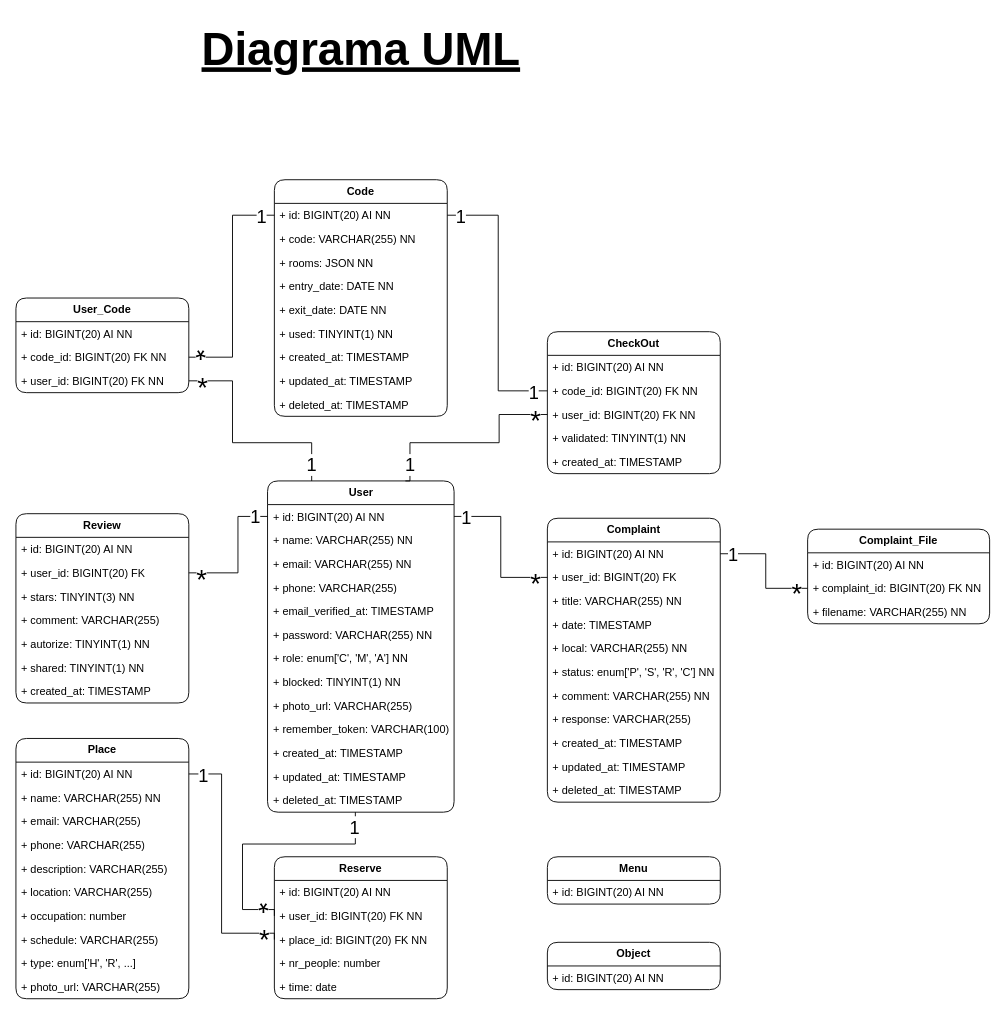
This is page "Diagrama UML" (1 of 2) of HappyGuest.drawio from Happy-Guest/HG-Notes, a draw.io file, before an edit. Source tidied: cells renumbered, new cells numbered last; positions are measured from the earlier drawing's top-left corner, leaving out a move shared by most shapes. Both pictures are drawn from the tidied source at 91%, with x=0, y=0 at pixel (15, 15).
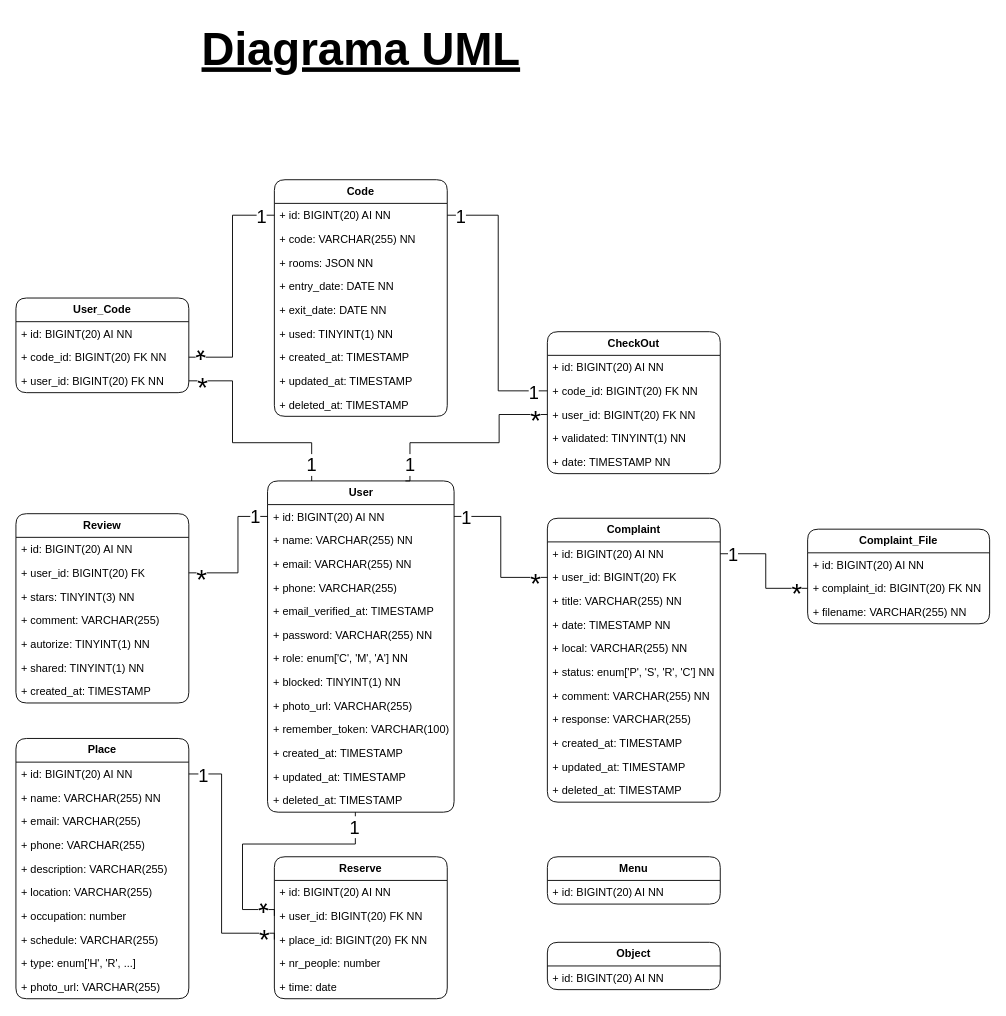
The same page after the edit.

The change refers to these unchanged cells:
```xml
<mxCell id="27" value="&lt;b&gt;Complaint&lt;/b&gt;" style="swimlane;fontStyle=0;horizontal=1;startSize=26;fillColor=none;whiteSpace=wrap;html=1;perimeterSpacing=0;rounded=1;" parent="1" vertex="1">
  <mxGeometry x="584" y="552" width="190" height="312" as="geometry" />
</mxCell>
<mxCell id="86" value="&lt;b&gt;CheckOut&lt;br&gt;&lt;/b&gt;" style="swimlane;fontStyle=0;horizontal=1;startSize=26;fillColor=none;whiteSpace=wrap;html=1;perimeterSpacing=0;rounded=1;" parent="1" vertex="1">
  <mxGeometry x="584" y="347" width="190" height="156" as="geometry" />
</mxCell>
```

What changed in the source:
```diff
@@
-    <mxCell id="31" value="+ date: TIMESTAMP" style="text;strokeColor=none;fillColor=none;align=left;verticalAlign=top;spacingLeft=4;spacingRight=4;overflow=hidden;whiteSpace=wrap;html=1;" parent="27" vertex="1">
+    <mxCell id="31" value="+ date: TIMESTAMP NN" style="text;strokeColor=none;fillColor=none;align=left;verticalAlign=top;spacingLeft=4;spacingRight=4;overflow=hidden;whiteSpace=wrap;html=1;" parent="27" vertex="1">
       <mxGeometry y="104" width="190" height="26" as="geometry" />
     </mxCell>
@@
-    <mxCell id="91" value="+ created_at: TIMESTAMP" style="text;strokeColor=none;fillColor=none;align=left;verticalAlign=top;spacingLeft=4;spacingRight=4;overflow=hidden;whiteSpace=wrap;html=1;" parent="86" vertex="1">
+    <mxCell id="91" value="+ date: TIMESTAMP NN" style="text;strokeColor=none;fillColor=none;align=left;verticalAlign=top;spacingLeft=4;spacingRight=4;overflow=hidden;whiteSpace=wrap;html=1;" parent="86" vertex="1">
       <mxGeometry y="130" width="190" height="26" as="geometry" />
     </mxCell>
```
